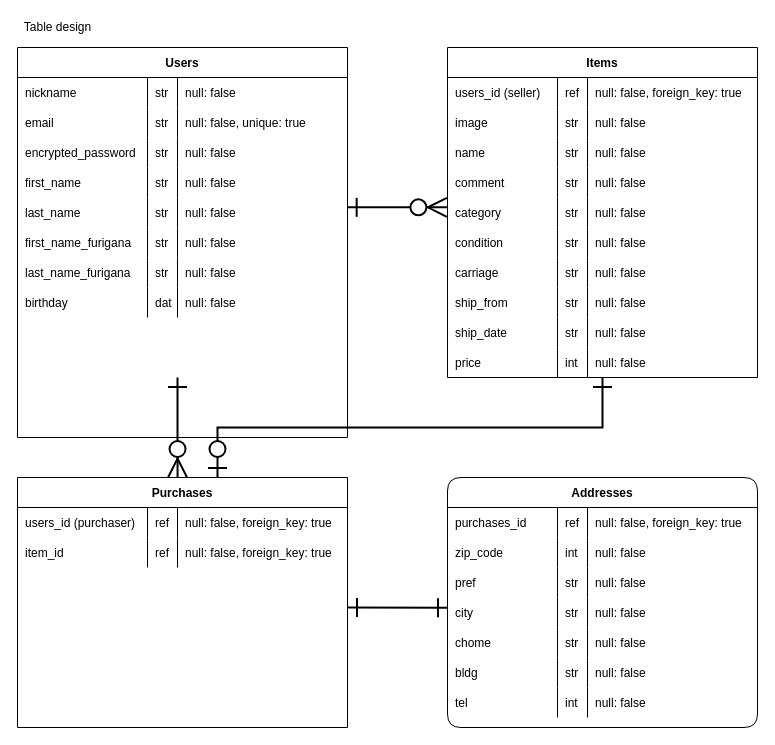
Earlier version of the draw.io diagram ERmap.dio (s-inoway/furima-28637). Source tidied: cells renumbered, new cells numbered last; positions are measured from the earlier drawing's top-left corner, leaving out a move shared by most shapes. Both pictures are drawn from the tidied source at 100%, with x=0, y=0 at pixel (17, 17).
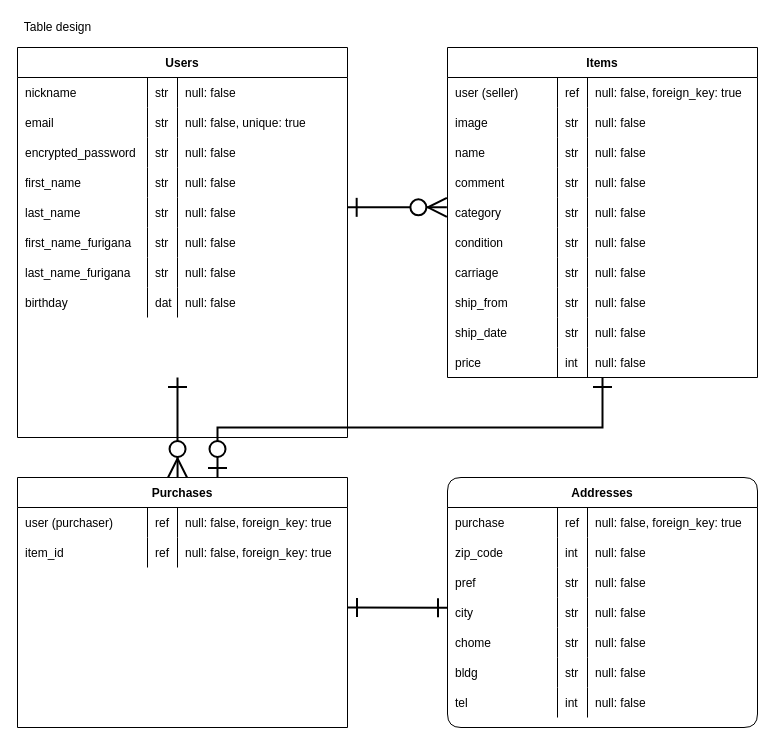
After the change.

Unchanged cells that the change refers to:
```xml
<mxCell id="38" style="shape=partialRectangle;fillColor=none;top=0;left=0;bottom=0;right=0;" parent="37" vertex="1">
  <mxGeometry y="30" width="310" height="30" as="geometry" />
</mxCell>
<mxCell id="80" style="shape=partialRectangle;fillColor=none;top=0;left=0;bottom=0;right=0;" parent="79" vertex="1">
  <mxGeometry y="30" width="330" height="30" as="geometry" />
</mxCell>
<mxCell id="89" style="shape=partialRectangle;fillColor=none;top=0;left=0;bottom=0;right=0;" parent="88" vertex="1">
  <mxGeometry y="30" width="310" height="30" as="geometry" />
</mxCell>
```

Diff of the diagram source:
```diff
@@
-    <mxCell id="39" value="users_id (seller)" style="shape=partialRectangle;fillColor=none;top=0;left=0;bottom=0;right=0;align=left;spacingLeft=6;overflow=hidden;" parent="38" vertex="1">
+    <mxCell id="39" value="user (seller)" style="shape=partialRectangle;fillColor=none;top=0;left=0;bottom=0;right=0;align=left;spacingLeft=6;overflow=hidden;" parent="38" vertex="1">
       <mxGeometry width="110" height="30" as="geometry" />
     </mxCell>
@@
-    <mxCell id="81" value="users_id (purchaser)" style="shape=partialRectangle;fillColor=none;top=0;left=0;bottom=0;right=0;align=left;spacingLeft=6;overflow=hidden;" parent="80" vertex="1">
+    <mxCell id="81" value="user (purchaser)" style="shape=partialRectangle;fillColor=none;top=0;left=0;bottom=0;right=0;align=left;spacingLeft=6;overflow=hidden;" parent="80" vertex="1">
       <mxGeometry width="130" height="30" as="geometry" />
     </mxCell>
@@
-    <mxCell id="90" value="purchases_id" style="shape=partialRectangle;fillColor=none;top=0;left=0;bottom=0;right=0;align=left;spacingLeft=6;overflow=hidden;" parent="89" vertex="1">
+    <mxCell id="90" value="purchase" style="shape=partialRectangle;fillColor=none;top=0;left=0;bottom=0;right=0;align=left;spacingLeft=6;overflow=hidden;" parent="89" vertex="1">
       <mxGeometry width="110" height="30" as="geometry" />
     </mxCell>
```
